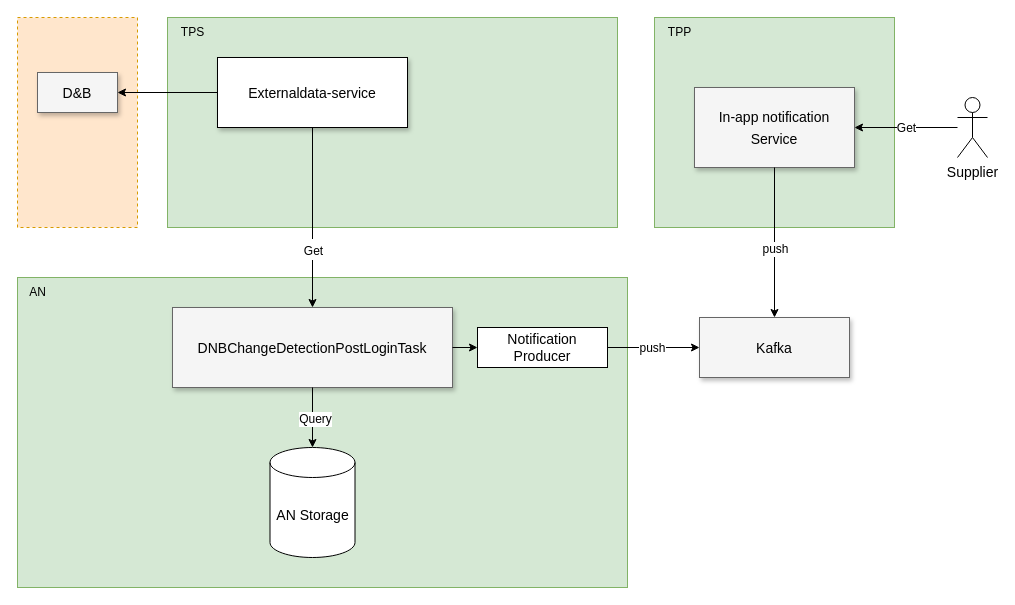
Earlier version of the draw.io diagram block_diagram_detection_dnb_changes.drawio (huangshijie/Drawio). Source tidied: cells renumbered, new cells numbered last; positions are measured from the earlier drawing's top-left corner, leaving out a move shared by most shapes. Both pictures are drawn from the tidied source at 100%, with x=0, y=0 at pixel (17, 17).
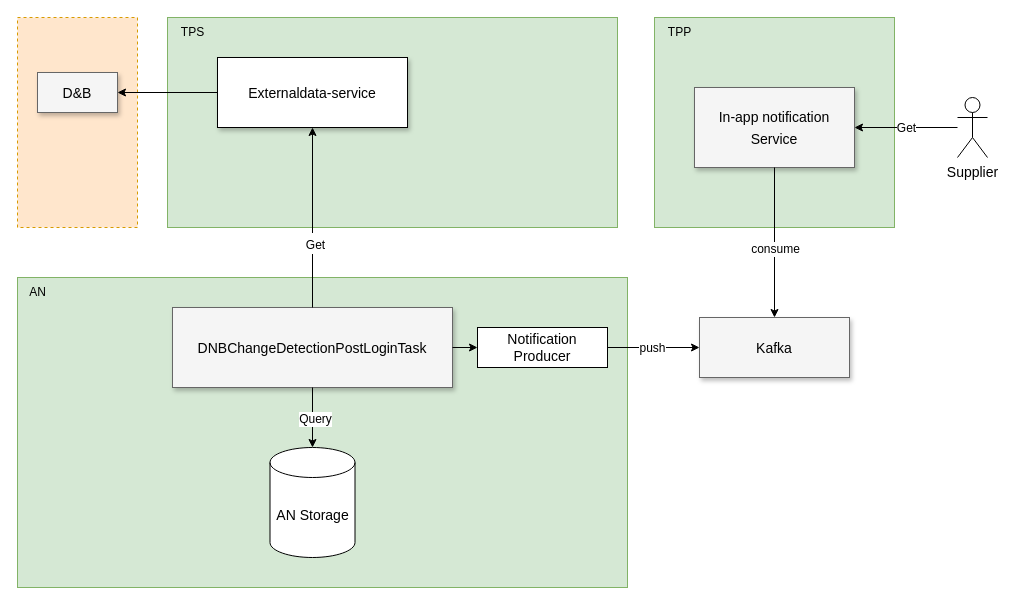
The same diagram, later.

Unchanged cells that the change refers to:
```xml
<mxCell id="2" style="group;" parent="1" vertex="1">
  <mxGeometry width="970" height="570" as="geometry" />
</mxCell>
<mxCell id="7" value="&lt;font style=&quot;font-size: 14px;&quot;&gt;Externaldata-service&lt;/font&gt;" style="whiteSpace=wrap;html=1;shadow=1;fontSize=18;" parent="2" vertex="1">
  <mxGeometry x="200" y="40" width="190" height="70" as="geometry" />
</mxCell>
<mxCell id="9" value="&lt;font style=&quot;font-size: 14px;&quot;&gt;DNBChangeDetectionPostLoginTask&lt;/font&gt;" style="whiteSpace=wrap;html=1;shadow=1;fontSize=18;fillColor=#f5f5f5;strokeColor=#666666;" parent="2" vertex="1">
  <mxGeometry x="155" y="290" width="280" height="80" as="geometry" />
</mxCell>
<mxCell id="13" style="edgeStyle=orthogonalEdgeStyle;rounded=0;jettySize=auto;html=1;exitX=0.5;exitY=1;exitDx=0;exitDy=0;entryX=0.5;entryY=0;entryDx=0;entryDy=0;" parent="2" edge="1" source="12" target="8">
  <mxGeometry relative="1" as="geometry" />
</mxCell>
```

Diff of the diagram source:
```diff
@@
-    <mxCell id="14" value="push" style="edgeLabel;html=1;align=center;verticalAlign=middle;fontSize=12;" parent="13" vertex="1">
+    <mxCell id="14" value="consume" style="edgeLabel;html=1;align=center;verticalAlign=middle;fontSize=12;" parent="13" vertex="1">
       <mxGeometry x="-0.18" y="-1" relative="1" as="geometry">
         <mxPoint x="1" y="19" as="offset" />
       </mxGeometry>
     </mxCell>
@@
-    <mxCell id="24" style="edgeStyle=orthogonalEdgeStyle;rounded=0;jettySize=auto;html=1;exitX=0.5;exitY=1;exitDx=0;exitDy=0;" parent="2" edge="1" source="7" target="9">
+    <mxCell id="24" style="edgeStyle=orthogonalEdgeStyle;rounded=0;jettySize=auto;html=1;entryX=0.5;entryY=1;entryDx=0;entryDy=0;exitX=0.5;exitY=0;exitDx=0;exitDy=0;" parent="2" edge="1" source="9" target="7">
       <mxGeometry relative="1" as="geometry" />
     </mxCell>
```
